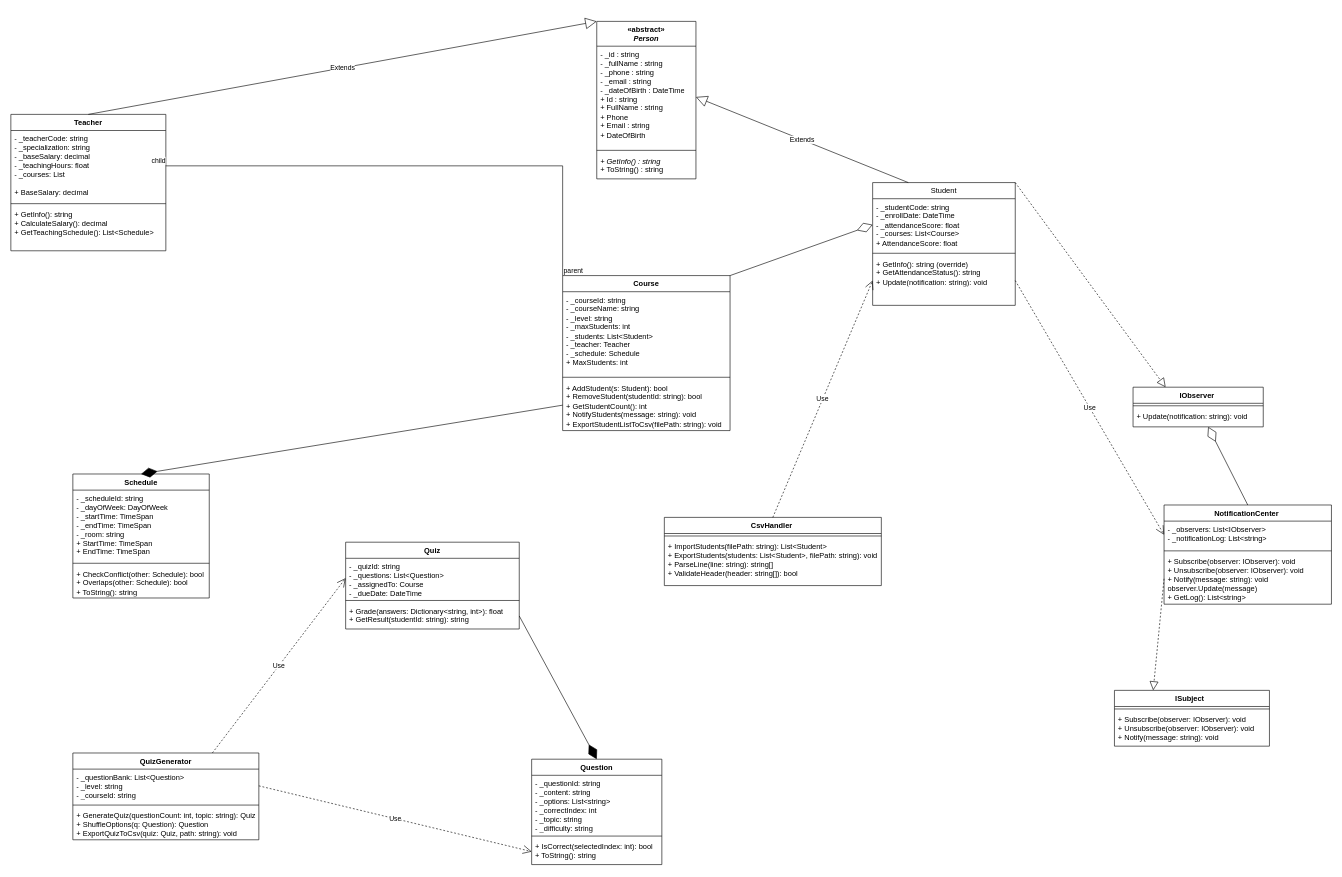
Above: Class_Diagram_QL_TrungTam_TA.drawio in ngocyen06/OOP_QL_Trung_tam_Tieng_Anh (draw.io), before the change. Source tidied: cells renumbered, new cells numbered last; positions are measured from the earlier drawing's top-left corner, leaving out a move shared by most shapes. Both pictures are drawn from the tidied source at 62%, with x=0, y=0 at pixel (11, 21).
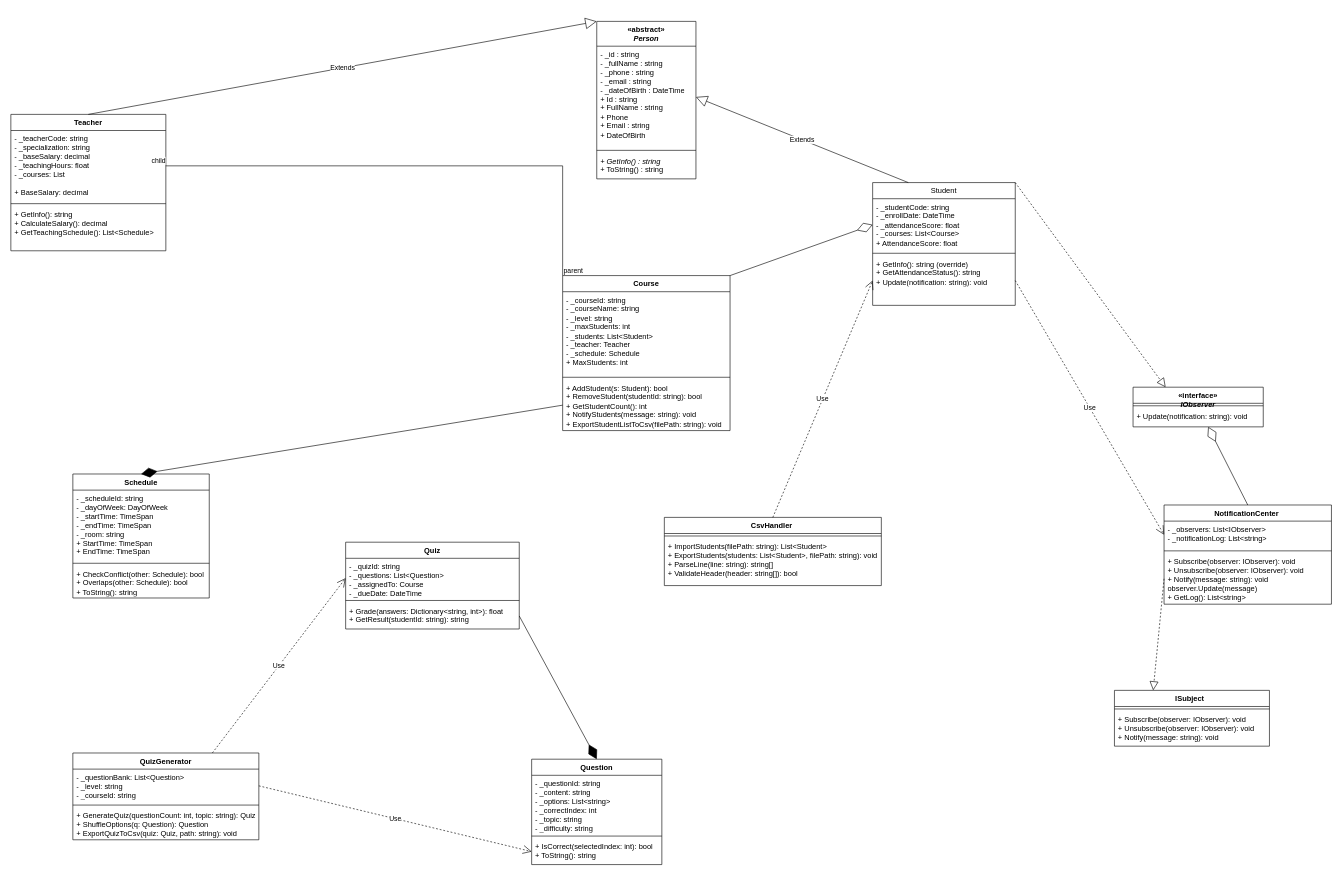
Above is the later version.

Commit message:
Update IObserver interface representation in diagram

What changed in the source:
```diff
@@
-    <mxCell id="49" value="IObserver&amp;nbsp;" style="swimlane;fontStyle=1;align=center;verticalAlign=top;horizontal=1;startSize=26;whiteSpace=wrap;html=1;" parent="1" vertex="1">
+    <mxCell id="49" value="&lt;div&gt;«interface»&lt;/div&gt;&lt;i&gt;IObserver&lt;/i&gt;" style="swimlane;fontStyle=1;align=center;verticalAlign=top;horizontal=1;startSize=26;whiteSpace=wrap;html=1;" parent="1" vertex="1">
       <mxGeometry x="1810" y="590" width="210" height="64" as="geometry" />
     </mxCell>
```
